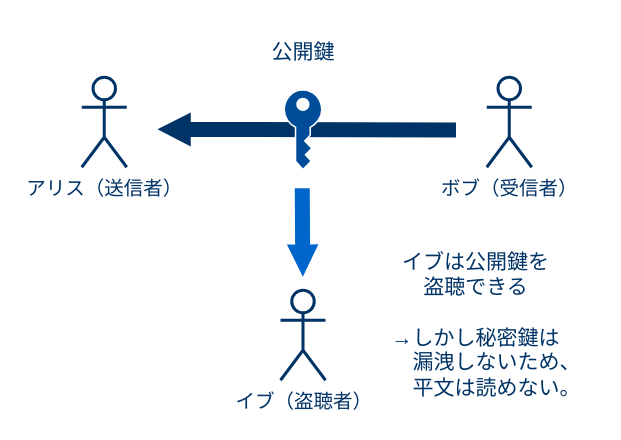
The draw.io diagram img/7-leak-pubkey.dio in akakou-doc/pubkey-crypto, before the edit. Source tidied: cells renumbered, new cells numbered last; positions are measured from the earlier drawing's top-left corner, leaving out a move shared by most shapes. Both pictures are drawn from the tidied source at 150%, with x=0, y=0 at pixel (81, 26).
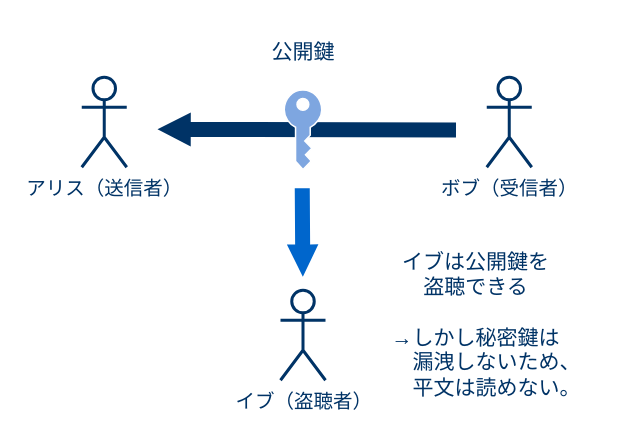
The same diagram, later.

Diff of the diagram source:
```diff
@@
 <mxGraphModel>
   <root>
     <mxCell id="0" />
     <mxCell id="1" parent="0" />
     <mxCell id="2" value="&lt;font color=&quot;#003366&quot; style=&quot;font-size: 13px&quot;&gt;アリス（送信者）&lt;/font&gt;" style="shape=umlActor;verticalLabelPosition=bottom;labelBackgroundColor=#ffffff;verticalAlign=top;html=1;strokeColor=#003366;strokeWidth=2;" parent="1" vertex="1">
       <mxGeometry y="34" width="30" height="60" as="geometry" />
     </mxCell>
     <mxCell id="3" value="&lt;font color=&quot;#003366&quot; style=&quot;font-size: 13px&quot;&gt;ボブ（受信者）&lt;/font&gt;" style="shape=umlActor;verticalLabelPosition=bottom;labelBackgroundColor=#ffffff;verticalAlign=top;html=1;strokeColor=#003366;strokeWidth=2;" parent="1" vertex="1">
       <mxGeometry x="270" y="34" width="30" height="60" as="geometry" />
     </mxCell>
     <mxCell id="4" value="&lt;font color=&quot;#003366&quot; style=&quot;font-size: 13px&quot;&gt;イブ（盗聴者）&lt;/font&gt;" style="shape=umlActor;verticalLabelPosition=bottom;labelBackgroundColor=#ffffff;verticalAlign=top;html=1;strokeColor=#003366;strokeWidth=2;" parent="1" vertex="1">
       <mxGeometry x="132.5" y="176" width="30" height="60" as="geometry" />
     </mxCell>
     <mxCell id="5" style="shape=flexArrow;endArrow=classic;html=1;endWidth=11.666666666666668;endSize=7.0583333333333345;fillColor=#003366;strokeColor=none;" parent="1" edge="1">
       <mxGeometry relative="1" as="geometry">
         <mxPoint x="250" y="69.2" as="sourcePoint" />
         <mxPoint x="50" y="68.7" as="targetPoint" />
       </mxGeometry>
     </mxCell>
     <mxCell id="6" style="shape=flexArrow;endArrow=classic;html=1;endWidth=10;endSize=6.85;fillColor=#0066CC;strokeColor=none;" parent="1" edge="1">
       <mxGeometry relative="1" as="geometry">
         <mxPoint x="147" y="107.5" as="sourcePoint" />
         <mxPoint x="147.4" y="167.5" as="targetPoint" />
       </mxGeometry>
     </mxCell>
     <mxCell id="7" value="&lt;font color=&quot;#003366&quot;&gt;&lt;span style=&quot;font-size: 14px&quot;&gt;公開鍵&lt;/span&gt;&lt;/font&gt;" style="text;html=1;strokeColor=none;fillColor=none;align=center;verticalAlign=middle;whiteSpace=wrap;rounded=0;dashed=1;" parent="1" vertex="1">
       <mxGeometry x="112.5" width="70" height="34" as="geometry" />
     </mxCell>
     <mxCell id="8" value="&lt;span style=&quot;font-size: 14px&quot;&gt;&lt;font color=&quot;#003366&quot;&gt;イブは公開鍵を&lt;br&gt;盗聴できる&lt;br&gt;&lt;br&gt;→しかし秘密鍵は&lt;br&gt;　　漏洩しないため、&lt;br&gt;　　平文は読めない。&lt;/font&gt;&lt;br&gt;&lt;/span&gt;" style="text;html=1;strokeColor=none;fillColor=none;align=center;verticalAlign=middle;whiteSpace=wrap;rounded=0;" parent="1" vertex="1">
       <mxGeometry x="182.5" y="144" width="160" height="110" as="geometry" />
     </mxCell>
-    <mxCell id="9" style="shadow=0;dashed=0;html=1;strokeColor=#FFFFFF;fillColor=#004C99;labelPosition=center;verticalLabelPosition=bottom;verticalAlign=top;align=center;shape=mxgraph.office.security.key_permissions;strokeWidth=1;" parent="1" vertex="1">
+    <mxCell id="9" style="shadow=0;dashed=0;html=1;strokeColor=#FFFFFF;fillColor=#7EA6E0;labelPosition=center;verticalLabelPosition=bottom;verticalAlign=top;align=center;shape=mxgraph.office.security.key_permissions;strokeWidth=1;" parent="1" vertex="1">
       <mxGeometry x="135" y="42.5" width="25" height="53" as="geometry" />
     </mxCell>
   </root>
 </mxGraphModel>
```
